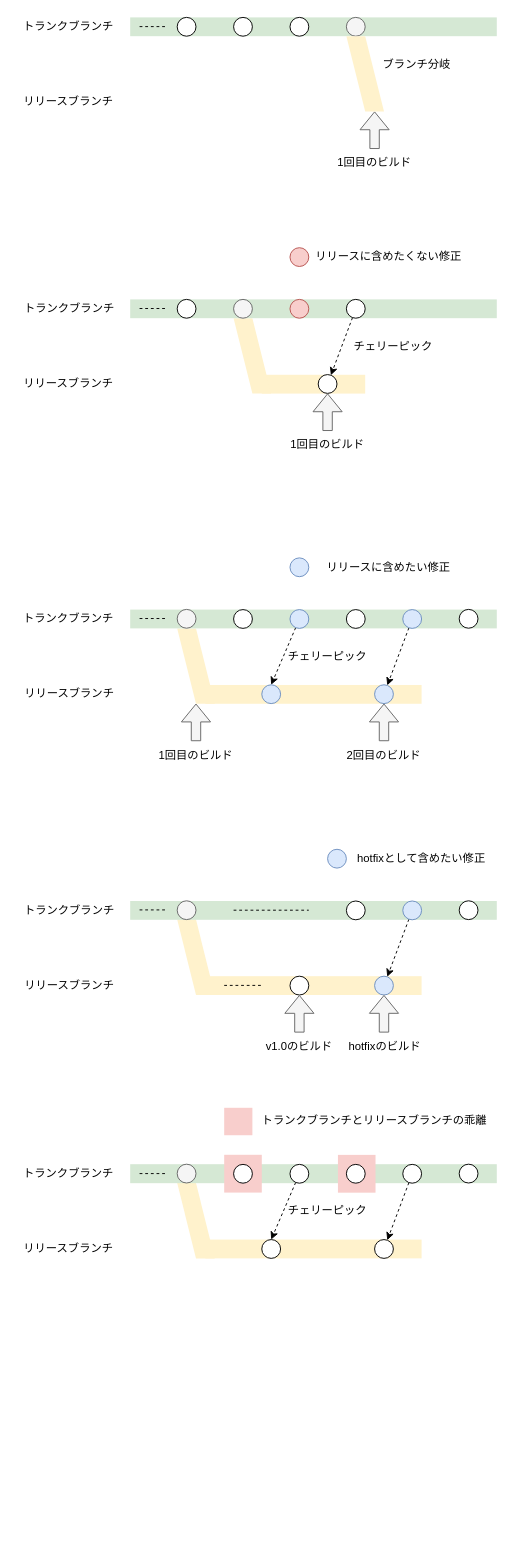
shotaIDE/zenn keeps this draw.io diagram as images/mobile-trunk-based-release-strategy/release-flow.drawio. Above is the earlier version. Source tidied: cells renumbered, new cells numbered last; positions are measured from the earlier drawing's top-left corner, leaving out a move shared by most shapes. Both pictures are drawn from the tidied source at 94%, with x=0, y=0 at pixel (16, 16).
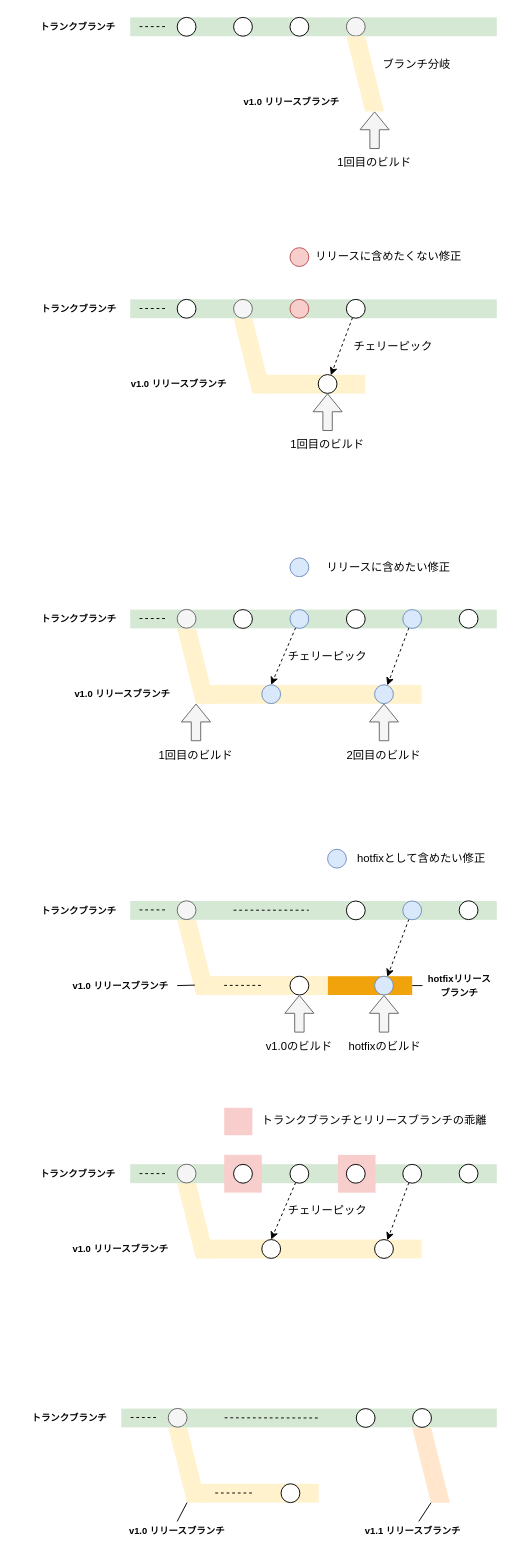
After the change.

Change to the diagram source:
```diff
@@
+    <mxCell id="100" style="group;" parent="1" vertex="1">
+      <mxGeometry x="401" y="1501" width="100" height="80.2" as="geometry" />
+    </mxCell>
+    <mxCell id="101" style="shape=parallelogram;perimeter=parallelogramPerimeter;whiteSpace=wrap;html=1;fixedSize=1;fillColor=#ffe6cc;strokeColor=none;flipH=1;" parent="100" vertex="1">
+      <mxGeometry x="20" width="40" height="80.2" as="geometry" />
+    </mxCell>
+    <mxCell id="102" style="rounded=0;whiteSpace=wrap;html=1;fillColor=#f0a30a;strokeColor=none;fontColor=#000000;" parent="1" vertex="1">
+      <mxGeometry x="331" y="1021" width="90" height="20" as="geometry" />
+    </mxCell>
+    <mxCell id="103" style="group;" parent="1" vertex="1">
+      <mxGeometry x="171" y="960.8" width="160" height="80.2" as="geometry" />
+    </mxCell>
+    <mxCell id="12" style="rounded=0;whiteSpace=wrap;html=1;fillColor=#fff2cc;strokeColor=none;" parent="103" vertex="1">
+      <mxGeometry x="30" y="60.2" width="130" height="20" as="geometry" />
+    </mxCell>
+    <mxCell id="13" style="shape=parallelogram;perimeter=parallelogramPerimeter;whiteSpace=wrap;html=1;fixedSize=1;fillColor=#fff2cc;strokeColor=none;flipH=1;" parent="103" vertex="1">
+      <mxGeometry width="40" height="80.2" as="geometry" />
+    </mxCell>
@@
-    <mxCell id="11" style="group;" parent="1" vertex="1">
-      <mxGeometry x="171" y="960.8" width="260" height="80.2" as="geometry" />
-    </mxCell>
-    <mxCell id="12" style="rounded=0;whiteSpace=wrap;html=1;fillColor=#fff2cc;strokeColor=none;" parent="11" vertex="1">
-      <mxGeometry x="30" y="60.2" width="230" height="20" as="geometry" />
-    </mxCell>
-    <mxCell id="13" style="shape=parallelogram;perimeter=parallelogramPerimeter;whiteSpace=wrap;html=1;fixedSize=1;fillColor=#fff2cc;strokeColor=none;flipH=1;" parent="11" vertex="1">
-      <mxGeometry width="40" height="80.2" as="geometry" />
-    </mxCell>
@@
-    <mxCell id="22" value="トランクブランチ" style="text;html=1;strokeColor=none;fillColor=none;align=center;verticalAlign=middle;whiteSpace=wrap;rounded=0;" parent="1" vertex="1">
-      <mxGeometry y="-0.2" width="111" height="22.5" as="geometry" />
+    <mxCell id="22" value="&lt;font style=&quot;font-size: 10px;&quot;&gt;&lt;b&gt;トランクブランチ&lt;/b&gt;&lt;/font&gt;" style="text;html=1;strokeColor=none;fillColor=none;align=center;verticalAlign=middle;whiteSpace=wrap;rounded=0;" parent="1" vertex="1">
+      <mxGeometry x="20" y="0.4" width="91" height="21.2" as="geometry" />
     </mxCell>
-    <mxCell id="23" value="リリースブランチ" style="text;html=1;strokeColor=none;fillColor=none;align=center;verticalAlign=middle;whiteSpace=wrap;rounded=0;" parent="1" vertex="1">
-      <mxGeometry x="5" y="81" width="101" height="20" as="geometry" />
+    <mxCell id="23" value="&lt;b&gt;&lt;font style=&quot;font-size: 10px;&quot;&gt;v1.0 リリースブランチ&lt;/font&gt;&lt;/b&gt;" style="text;html=1;strokeColor=none;fillColor=none;align=center;verticalAlign=middle;whiteSpace=wrap;rounded=0;" parent="1" vertex="1">
+      <mxGeometry x="235" y="81.2" width="116" height="20" as="geometry" />
     </mxCell>
@@
-    <mxCell id="26" value="トランクブランチ" style="text;html=1;strokeColor=none;fillColor=none;align=center;verticalAlign=middle;whiteSpace=wrap;rounded=0;" parent="1" vertex="1">
-      <mxGeometry y="629.5" width="111" height="22.5" as="geometry" />
-    </mxCell>
-    <mxCell id="27" value="リリースブランチ" style="text;html=1;strokeColor=none;fillColor=none;align=center;verticalAlign=middle;whiteSpace=wrap;rounded=0;" parent="1" vertex="1">
-      <mxGeometry x="5.5" y="711" width="101" height="20" as="geometry" />
-    </mxCell>
@@
-    <mxCell id="46" value="トランクブランチ" style="text;html=1;strokeColor=none;fillColor=none;align=center;verticalAlign=middle;whiteSpace=wrap;rounded=0;" parent="1" vertex="1">
-      <mxGeometry x="0.5" y="299.8" width="111" height="22.5" as="geometry" />
-    </mxCell>
-    <mxCell id="47" value="リリースブランチ" style="text;html=1;strokeColor=none;fillColor=none;align=center;verticalAlign=middle;whiteSpace=wrap;rounded=0;" parent="1" vertex="1">
-      <mxGeometry x="5" y="381" width="101" height="20" as="geometry" />
-    </mxCell>
@@
-    <mxCell id="63" value="トランクブランチ" style="text;html=1;strokeColor=none;fillColor=none;align=center;verticalAlign=middle;whiteSpace=wrap;rounded=0;" parent="1" vertex="1">
-      <mxGeometry x="0.5" y="939.8" width="111" height="22.5" as="geometry" />
-    </mxCell>
+    <mxCell id="104" style="rounded=0;jettySize=auto;html=1;entryX=0.531;entryY=0.869;entryDx=0;entryDy=0;endArrow=none;endFill=0;exitX=1;exitY=0.5;exitDx=0;exitDy=0;entryPerimeter=0;" parent="1" edge="1" source="64" target="13">
+      <mxGeometry relative="1" as="geometry" />
+    </mxCell>
-    <mxCell id="64" value="リリースブランチ" style="text;html=1;strokeColor=none;fillColor=none;align=center;verticalAlign=middle;whiteSpace=wrap;rounded=0;" parent="1" vertex="1">
-      <mxGeometry x="5.5" y="1021" width="101" height="20" as="geometry" />
+    <mxCell id="64" value="&lt;b&gt;&lt;font style=&quot;font-size: 10px;&quot;&gt;v1.0 リリースブランチ&lt;/font&gt;&lt;/b&gt;" style="text;html=1;strokeColor=none;fillColor=none;align=center;verticalAlign=middle;whiteSpace=wrap;rounded=0;" parent="1" vertex="1">
+      <mxGeometry x="51" y="1021" width="120" height="20" as="geometry" />
     </mxCell>
@@
-    <mxCell id="80" value="トランクブランチ" style="text;html=1;strokeColor=none;fillColor=none;align=center;verticalAlign=middle;whiteSpace=wrap;rounded=0;" parent="1" vertex="1">
-      <mxGeometry y="1220" width="111" height="22.5" as="geometry" />
-    </mxCell>
-    <mxCell id="81" value="リリースブランチ" style="text;html=1;strokeColor=none;fillColor=none;align=center;verticalAlign=middle;whiteSpace=wrap;rounded=0;" parent="1" vertex="1">
-      <mxGeometry x="5" y="1301.2" width="101" height="20" as="geometry" />
-    </mxCell>
@@
+    <mxCell id="105" style="rounded=0;jettySize=auto;html=1;entryX=1;entryY=0.5;entryDx=0;entryDy=0;endArrow=none;endFill=0;" parent="1" edge="1" source="106" target="102">
+      <mxGeometry relative="1" as="geometry" />
+    </mxCell>
+    <mxCell id="106" value="&lt;font style=&quot;font-size: 10px;&quot;&gt;&lt;b&gt;hotfixリリース&lt;/b&gt;&lt;/font&gt;&lt;div&gt;&lt;font style=&quot;font-size: 10px;&quot;&gt;&lt;b&gt;ブランチ&lt;/b&gt;&lt;/font&gt;&lt;/div&gt;" style="text;html=1;strokeColor=none;fillColor=none;align=center;verticalAlign=middle;whiteSpace=wrap;rounded=0;" parent="1" vertex="1">
+      <mxGeometry x="432" y="1011" width="79" height="40" as="geometry" />
+    </mxCell>
+    <mxCell id="107" value="&lt;font style=&quot;font-size: 10px;&quot;&gt;&lt;b&gt;トランクブランチ&lt;/b&gt;&lt;/font&gt;" style="text;html=1;strokeColor=none;fillColor=none;align=center;verticalAlign=middle;whiteSpace=wrap;rounded=0;" parent="1" vertex="1">
+      <mxGeometry x="20.5" y="300.4" width="91" height="21.2" as="geometry" />
+    </mxCell>
+    <mxCell id="108" value="&lt;b&gt;&lt;font style=&quot;font-size: 10px;&quot;&gt;v1.0 リリースブランチ&lt;/font&gt;&lt;/b&gt;" style="text;html=1;strokeColor=none;fillColor=none;align=center;verticalAlign=middle;whiteSpace=wrap;rounded=0;" parent="1" vertex="1">
+      <mxGeometry x="115" y="381" width="116" height="20" as="geometry" />
+    </mxCell>
+    <mxCell id="109" value="&lt;font style=&quot;font-size: 10px;&quot;&gt;&lt;b&gt;トランクブランチ&lt;/b&gt;&lt;/font&gt;" style="text;html=1;strokeColor=none;fillColor=none;align=center;verticalAlign=middle;whiteSpace=wrap;rounded=0;" parent="1" vertex="1">
+      <mxGeometry x="20.5" y="630.4" width="91" height="21.2" as="geometry" />
+    </mxCell>
+    <mxCell id="110" value="&lt;b&gt;&lt;font style=&quot;font-size: 10px;&quot;&gt;v1.0 リリースブランチ&lt;/font&gt;&lt;/b&gt;" style="text;html=1;strokeColor=none;fillColor=none;align=center;verticalAlign=middle;whiteSpace=wrap;rounded=0;" parent="1" vertex="1">
+      <mxGeometry x="55" y="711" width="116" height="20" as="geometry" />
+    </mxCell>
+    <mxCell id="111" value="&lt;font style=&quot;font-size: 10px;&quot;&gt;&lt;b&gt;トランクブランチ&lt;/b&gt;&lt;/font&gt;" style="text;html=1;strokeColor=none;fillColor=none;align=center;verticalAlign=middle;whiteSpace=wrap;rounded=0;" parent="1" vertex="1">
+      <mxGeometry x="20.5" y="940.4" width="91" height="21.2" as="geometry" />
+    </mxCell>
+    <mxCell id="112" value="&lt;font style=&quot;font-size: 10px;&quot;&gt;&lt;b&gt;トランクブランチ&lt;/b&gt;&lt;/font&gt;" style="text;html=1;strokeColor=none;fillColor=none;align=center;verticalAlign=middle;whiteSpace=wrap;rounded=0;" parent="1" vertex="1">
+      <mxGeometry x="20" y="1220.6" width="91" height="21.2" as="geometry" />
+    </mxCell>
+    <mxCell id="113" value="&lt;b&gt;&lt;font style=&quot;font-size: 10px;&quot;&gt;v1.0 リリースブランチ&lt;/font&gt;&lt;/b&gt;" style="text;html=1;strokeColor=none;fillColor=none;align=center;verticalAlign=middle;whiteSpace=wrap;rounded=0;" parent="1" vertex="1">
+      <mxGeometry x="51" y="1301.2" width="120" height="20" as="geometry" />
+    </mxCell>
+    <mxCell id="114" style="group;" parent="1" vertex="1">
+      <mxGeometry x="161.5" y="1500.8" width="160" height="80.2" as="geometry" />
+    </mxCell>
+    <mxCell id="115" style="rounded=0;whiteSpace=wrap;html=1;fillColor=#fff2cc;strokeColor=none;" parent="114" vertex="1">
+      <mxGeometry x="30" y="60.2" width="130" height="20" as="geometry" />
+    </mxCell>
+    <mxCell id="116" style="shape=parallelogram;perimeter=parallelogramPerimeter;whiteSpace=wrap;html=1;fixedSize=1;fillColor=#fff2cc;strokeColor=none;flipH=1;" parent="114" vertex="1">
+      <mxGeometry width="40" height="80.2" as="geometry" />
+    </mxCell>
+    <mxCell id="117" style="rounded=0;whiteSpace=wrap;html=1;fillColor=#d5e8d4;strokeColor=none;" parent="1" vertex="1">
+      <mxGeometry x="111.5" y="1481" width="399.5" height="20" as="geometry" />
+    </mxCell>
+    <mxCell id="118" style="ellipse;whiteSpace=wrap;html=1;fillColor=#f5f5f5;fontColor=#333333;strokeColor=#666666;" parent="1" vertex="1">
+      <mxGeometry x="161.5" y="1480.8" width="20" height="20" as="geometry" />
+    </mxCell>
+    <mxCell id="119" style="rounded=0;jettySize=auto;html=1;entryX=0.5;entryY=1;entryDx=0;entryDy=0;endArrow=none;endFill=0;exitX=0.5;exitY=0;exitDx=0;exitDy=0;" parent="1" edge="1" source="120" target="116">
+      <mxGeometry relative="1" as="geometry" />
+    </mxCell>
+    <mxCell id="120" value="&lt;b&gt;&lt;font style=&quot;font-size: 10px;&quot;&gt;v1.0 リリースブランチ&lt;/font&gt;&lt;/b&gt;" style="text;html=1;strokeColor=none;fillColor=none;align=center;verticalAlign=middle;whiteSpace=wrap;rounded=0;" parent="1" vertex="1">
+      <mxGeometry x="111" y="1601" width="120" height="20" as="geometry" />
+    </mxCell>
+    <mxCell id="121" style="ellipse;whiteSpace=wrap;html=1;" parent="1" vertex="1">
+      <mxGeometry x="361.5" y="1481" width="20" height="20" as="geometry" />
+    </mxCell>
+    <mxCell id="122" style="ellipse;whiteSpace=wrap;html=1;" parent="1" vertex="1">
+      <mxGeometry x="421.5" y="1481" width="20" height="20" as="geometry" />
+    </mxCell>
+    <mxCell id="123" style="ellipse;whiteSpace=wrap;html=1;" parent="1" vertex="1">
+      <mxGeometry x="281.5" y="1561" width="20" height="20" as="geometry" />
+    </mxCell>
+    <mxCell id="124" style="endArrow=none;html=1;rounded=0;dashed=1;endFill=0;" parent="1" edge="1">
+      <mxGeometry relative="1" as="geometry">
+        <mxPoint x="221.5" y="1490.8" as="sourcePoint" />
+        <mxPoint x="321" y="1491" as="targetPoint" />
+      </mxGeometry>
+    </mxCell>
+    <mxCell id="125" style="endArrow=none;html=1;rounded=0;dashed=1;endFill=0;" parent="1" edge="1">
+      <mxGeometry relative="1" as="geometry">
+        <mxPoint x="211.5" y="1570.8" as="sourcePoint" />
+        <mxPoint x="251.5" y="1570.8" as="targetPoint" />
+      </mxGeometry>
+    </mxCell>
+    <mxCell id="126" style="endArrow=none;html=1;rounded=0;dashed=1;endFill=0;" parent="1" edge="1">
+      <mxGeometry relative="1" as="geometry">
+        <mxPoint x="121.5" y="1490.5" as="sourcePoint" />
+        <mxPoint x="151.5" y="1490.5" as="targetPoint" />
+      </mxGeometry>
+    </mxCell>
+    <mxCell id="127" value="&lt;font style=&quot;font-size: 10px;&quot;&gt;&lt;b&gt;トランクブランチ&lt;/b&gt;&lt;/font&gt;" style="text;html=1;strokeColor=none;fillColor=none;align=center;verticalAlign=middle;whiteSpace=wrap;rounded=0;" parent="1" vertex="1">
+      <mxGeometry x="11" y="1480.4" width="91" height="21.2" as="geometry" />
+    </mxCell>
+    <mxCell id="128" style="rounded=0;jettySize=auto;html=1;entryX=0.5;entryY=1;entryDx=0;entryDy=0;endArrow=none;endFill=0;" parent="1" edge="1" source="129" target="101">
+      <mxGeometry relative="1" as="geometry" />
+    </mxCell>
+    <mxCell id="129" value="&lt;b&gt;&lt;font style=&quot;font-size: 10px;&quot;&gt;v1.1 リリースブランチ&lt;/font&gt;&lt;/b&gt;" style="text;html=1;strokeColor=none;fillColor=none;align=center;verticalAlign=middle;whiteSpace=wrap;rounded=0;" parent="1" vertex="1">
+      <mxGeometry x="361.5" y="1601" width="120" height="20" as="geometry" />
+    </mxCell>
```
